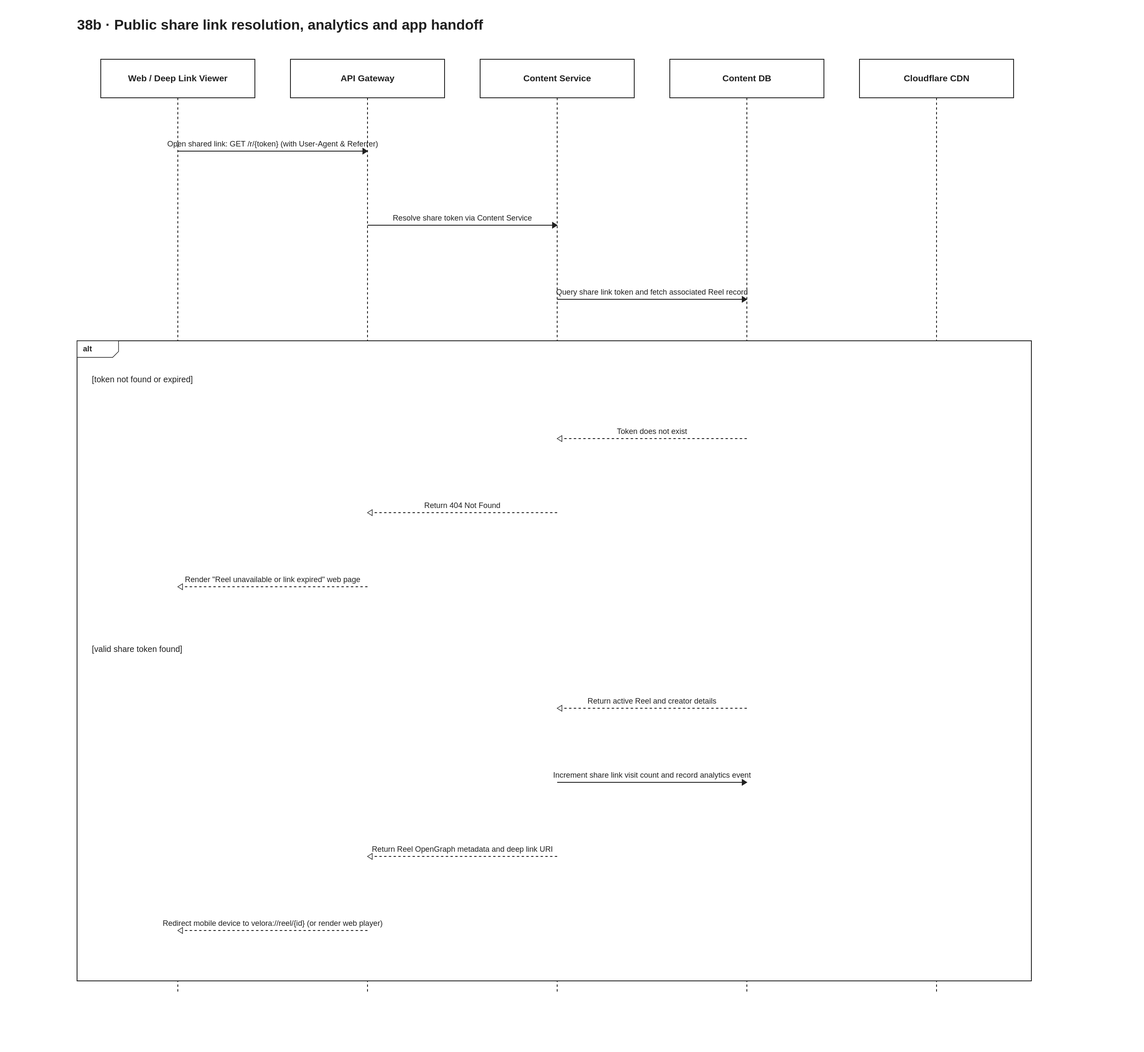
Before: docs/diagrams/velora-current/importable-svg/38b-share-link-resolution.drawio.svg, a diagram exported from draw.io (HieuCuteDangYeu/velora-backend). Source tidied: cells renumbered, new cells last; positions are measured from the earlier drawing's top-left corner, leaving out a move shared by most shapes.
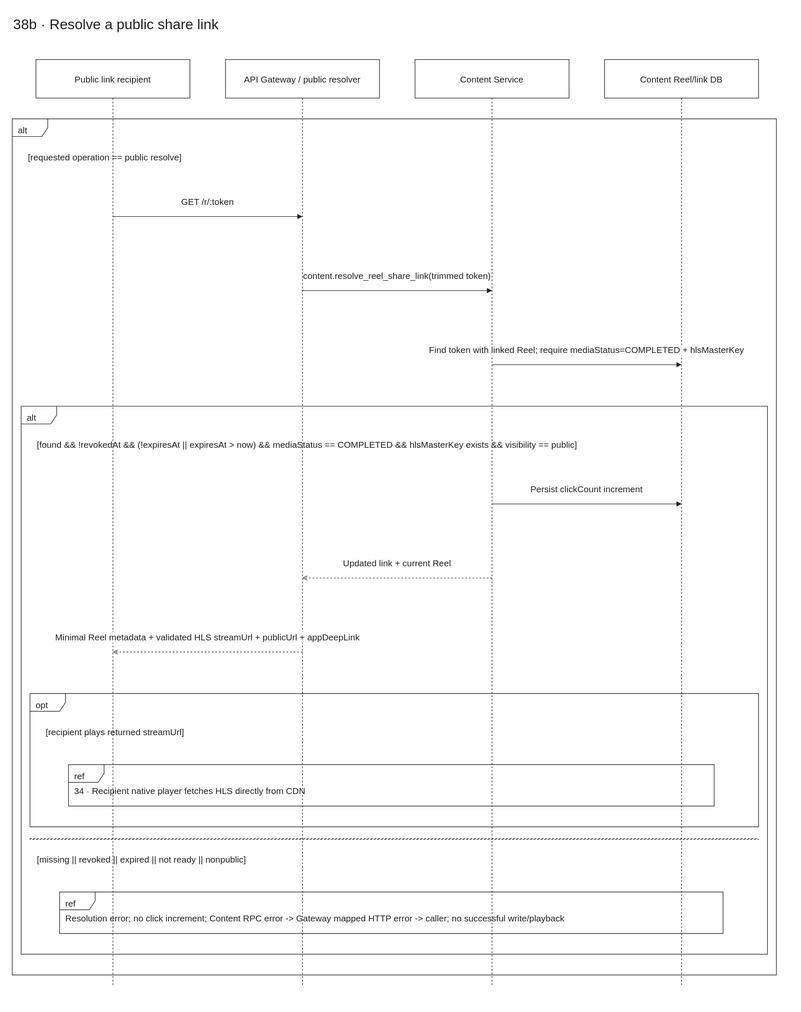
The same diagram one commit later.

The edit, as a diff of the source:
```diff
@@ -2,135 +2,122 @@
   <root>
     <mxCell id="0" />
     <mxCell id="1" parent="0" />
+    <mxCell id="27" style="html=1;fontFamily=Arial;fontSize=15;fontColor=light-dark(#202020,#eeeeee);strokeColor=light-dark(#202020,#eeeeee);dashed=1;endArrow=none;" parent="1" edge="1">
+      <mxGeometry relative="1" as="geometry">
+        <mxPoint x="1130" y="145" as="sourcePoint" />
+        <mxPoint x="1130" y="1645" as="targetPoint" />
+      </mxGeometry>
+    </mxCell>
+    <mxCell id="28" style="html=1;fontFamily=Arial;fontSize=15;fontColor=light-dark(#202020,#eeeeee);strokeColor=light-dark(#202020,#eeeeee);dashed=1;endArrow=none;" parent="1" edge="1">
+      <mxGeometry relative="1" as="geometry">
+        <mxPoint x="810" y="145" as="sourcePoint" />
+        <mxPoint x="810" y="1645" as="targetPoint" />
+      </mxGeometry>
+    </mxCell>
     <mxCell id="2" style="html=1;fontFamily=Arial;fontSize=15;fontColor=light-dark(#202020,#eeeeee);strokeColor=light-dark(#202020,#eeeeee);dashed=1;endArrow=none;" parent="1" edge="1">
       <mxGeometry relative="1" as="geometry">
-        <mxPoint x="1450" y="145" as="sourcePoint" />
-        <mxPoint x="1450" y="1655" as="targetPoint" />
+        <mxPoint x="490" y="145" as="sourcePoint" />
+        <mxPoint x="490" y="1645" as="targetPoint" />
       </mxGeometry>
     </mxCell>
     <mxCell id="3" style="html=1;fontFamily=Arial;fontSize=15;fontColor=light-dark(#202020,#eeeeee);strokeColor=light-dark(#202020,#eeeeee);dashed=1;endArrow=none;" parent="1" edge="1">
       <mxGeometry relative="1" as="geometry">
-        <mxPoint x="1130" y="145" as="sourcePoint" />
-        <mxPoint x="1130" y="1655" as="targetPoint" />
+        <mxPoint x="170" y="145" as="sourcePoint" />
+        <mxPoint x="170" y="1645" as="targetPoint" />
       </mxGeometry>
     </mxCell>
-    <mxCell id="4" style="html=1;fontFamily=Arial;fontSize=15;fontColor=light-dark(#202020,#eeeeee);strokeColor=light-dark(#202020,#eeeeee);dashed=1;endArrow=none;" parent="1" edge="1">
-      <mxGeometry relative="1" as="geometry">
-        <mxPoint x="810" y="145" as="sourcePoint" />
-        <mxPoint x="810" y="1655" as="targetPoint" />
-      </mxGeometry>
-    </mxCell>
-    <mxCell id="5" style="html=1;fontFamily=Arial;fontSize=15;fontColor=light-dark(#202020,#eeeeee);strokeColor=light-dark(#202020,#eeeeee);dashed=1;endArrow=none;" parent="1" edge="1">
-      <mxGeometry relative="1" as="geometry">
-        <mxPoint x="490" y="145" as="sourcePoint" />
-        <mxPoint x="490" y="1655" as="targetPoint" />
-      </mxGeometry>
-    </mxCell>
-    <mxCell id="6" style="html=1;fontFamily=Arial;fontSize=15;fontColor=light-dark(#202020,#eeeeee);strokeColor=light-dark(#202020,#eeeeee);dashed=1;endArrow=none;" parent="1" edge="1">
-      <mxGeometry relative="1" as="geometry">
-        <mxPoint x="170" y="145" as="sourcePoint" />
-        <mxPoint x="170" y="1655" as="targetPoint" />
-      </mxGeometry>
-    </mxCell>
-    <mxCell id="7" value="38b · Public share link resolution, analytics and app handoff" style="html=1;fontFamily=Arial;fontSize=15;fontColor=light-dark(#202020,#eeeeee);strokeColor=light-dark(#202020,#eeeeee);text;fontSize=24;align=left;strokeColor=none;fillColor=none;" parent="1" vertex="1">
-      <mxGeometry width="1610" height="50" as="geometry" />
+    <mxCell id="7" value="38b · Resolve a public share link" style="html=1;fontFamily=Arial;fontSize=15;fontColor=light-dark(#202020,#eeeeee);strokeColor=light-dark(#202020,#eeeeee);text;fontSize=24;align=left;strokeColor=none;fillColor=none;" parent="1" vertex="1">
+      <mxGeometry width="1290" height="50" as="geometry" />
     </mxCell>
-    <mxCell id="8" value="Web / Deep Link Viewer" style="html=1;fontFamily=Arial;fontSize=15;fontColor=light-dark(#202020,#eeeeee);strokeColor=light-dark(#202020,#eeeeee);rounded=0;fillColor=#ffffff;whiteSpace=wrap;align=center;verticalAlign=middle;" parent="1" vertex="1">
+    <mxCell id="8" value="Public link recipient" style="html=1;fontFamily=Arial;fontSize=15;fontColor=light-dark(#202020,#eeeeee);strokeColor=light-dark(#202020,#eeeeee);rounded=0;fillColor=#ffffff;whiteSpace=wrap;align=center;verticalAlign=middle;" parent="1" vertex="1">
       <mxGeometry x="40" y="80" width="260" height="65" as="geometry" />
     </mxCell>
-    <mxCell id="9" value="API Gateway" style="html=1;fontFamily=Arial;fontSize=15;fontColor=light-dark(#202020,#eeeeee);strokeColor=light-dark(#202020,#eeeeee);rounded=0;fillColor=#ffffff;whiteSpace=wrap;align=center;verticalAlign=middle;" parent="1" vertex="1">
+    <mxCell id="9" value="API Gateway / public resolver" style="html=1;fontFamily=Arial;fontSize=15;fontColor=light-dark(#202020,#eeeeee);strokeColor=light-dark(#202020,#eeeeee);rounded=0;fillColor=#ffffff;whiteSpace=wrap;align=center;verticalAlign=middle;" parent="1" vertex="1">
       <mxGeometry x="360" y="80" width="260" height="65" as="geometry" />
     </mxCell>
     <mxCell id="10" value="Content Service" style="html=1;fontFamily=Arial;fontSize=15;fontColor=light-dark(#202020,#eeeeee);strokeColor=light-dark(#202020,#eeeeee);rounded=0;fillColor=#ffffff;whiteSpace=wrap;align=center;verticalAlign=middle;" parent="1" vertex="1">
       <mxGeometry x="680" y="80" width="260" height="65" as="geometry" />
     </mxCell>
-    <mxCell id="11" value="Content DB" style="html=1;fontFamily=Arial;fontSize=15;fontColor=light-dark(#202020,#eeeeee);strokeColor=light-dark(#202020,#eeeeee);rounded=0;fillColor=#ffffff;whiteSpace=wrap;align=center;verticalAlign=middle;" parent="1" vertex="1">
+    <mxCell id="11" value="Content Reel/link DB" style="html=1;fontFamily=Arial;fontSize=15;fontColor=light-dark(#202020,#eeeeee);strokeColor=light-dark(#202020,#eeeeee);rounded=0;fillColor=#ffffff;whiteSpace=wrap;align=center;verticalAlign=middle;" parent="1" vertex="1">
       <mxGeometry x="1000" y="80" width="260" height="65" as="geometry" />
     </mxCell>
-    <mxCell id="12" value="Cloudflare CDN" style="html=1;fontFamily=Arial;fontSize=15;fontColor=light-dark(#202020,#eeeeee);strokeColor=light-dark(#202020,#eeeeee);rounded=0;fillColor=#ffffff;whiteSpace=wrap;align=center;verticalAlign=middle;" parent="1" vertex="1">
-      <mxGeometry x="1320" y="80" width="260" height="65" as="geometry" />
+    <mxCell id="12" value="alt" style="html=1;fontFamily=Arial;fontSize=15;fontColor=light-dark(#202020,#eeeeee);strokeColor=light-dark(#202020,#eeeeee);shape=umlFrame;fillColor=none;align=left;verticalAlign=top;spacingLeft=8;spacingTop=4;" parent="1" vertex="1">
+      <mxGeometry y="180" width="1290" height="1445" as="geometry" />
     </mxCell>
-    <mxCell id="13" value="Open shared link: GET /r/{token} (with User-Agent &amp;amp; Referrer)" style="html=1;fontFamily=Arial;fontSize=15;fontColor=light-dark(#202020,#eeeeee);strokeColor=light-dark(#202020,#eeeeee);endArrow=block;endFill=1;labelBackgroundColor=#ffffff;labelWidth=550;whiteSpace=wrap;align=center;" parent="1" edge="1">
-      <mxGeometry relative="1" as="geometry">
-        <mxPoint x="170" y="235" as="sourcePoint" />
-        <mxPoint x="490" y="235" as="targetPoint" />
-        <mxPoint y="-25" as="offset" />
-      </mxGeometry>
+    <mxCell id="13" value="[requested operation == public resolve]" style="html=1;fontFamily=Arial;fontSize=15;fontColor=light-dark(#202020,#eeeeee);strokeColor=light-dark(#202020,#eeeeee);text;whiteSpace=wrap;align=left;strokeColor=none;fillColor=none;" parent="1" vertex="1">
+      <mxGeometry x="25" y="230" width="1230" height="45" as="geometry" />
     </mxCell>
-    <mxCell id="14" value="Resolve share token via Content Service" style="html=1;fontFamily=Arial;fontSize=15;fontColor=light-dark(#202020,#eeeeee);strokeColor=light-dark(#202020,#eeeeee);endArrow=block;endFill=1;labelBackgroundColor=#ffffff;labelWidth=550;whiteSpace=wrap;align=center;" parent="1" edge="1">
+    <mxCell id="14" value="GET /r/:token" style="html=1;fontFamily=Arial;fontSize=15;fontColor=light-dark(#202020,#eeeeee);strokeColor=light-dark(#202020,#eeeeee);endArrow=block;endFill=1;labelBackgroundColor=#ffffff;labelWidth=550;whiteSpace=wrap;align=center;" parent="1" edge="1">
       <mxGeometry relative="1" as="geometry">
-        <mxPoint x="490" y="360" as="sourcePoint" />
-        <mxPoint x="810" y="360" as="targetPoint" />
+        <mxPoint x="170" y="345" as="sourcePoint" />
+        <mxPoint x="490" y="345" as="targetPoint" />
         <mxPoint y="-25" as="offset" />
       </mxGeometry>
     </mxCell>
-    <mxCell id="15" value="Query share link token and fetch associated Reel record" style="html=1;fontFamily=Arial;fontSize=15;fontColor=light-dark(#202020,#eeeeee);strokeColor=light-dark(#202020,#eeeeee);endArrow=block;endFill=1;labelBackgroundColor=#ffffff;labelWidth=550;whiteSpace=wrap;align=center;" parent="1" edge="1">
+    <mxCell id="15" value="content.resolve_reel_share_link(trimmed token)" style="html=1;fontFamily=Arial;fontSize=15;fontColor=light-dark(#202020,#eeeeee);strokeColor=light-dark(#202020,#eeeeee);endArrow=block;endFill=1;labelBackgroundColor=#ffffff;labelWidth=550;whiteSpace=wrap;align=center;" parent="1" edge="1">
       <mxGeometry relative="1" as="geometry">
-        <mxPoint x="810" y="485" as="sourcePoint" />
-        <mxPoint x="1130" y="485" as="targetPoint" />
+        <mxPoint x="490" y="470" as="sourcePoint" />
+        <mxPoint x="810" y="470" as="targetPoint" />
         <mxPoint y="-25" as="offset" />
       </mxGeometry>
     </mxCell>
-    <mxCell id="16" value="alt" style="html=1;fontFamily=Arial;fontSize=15;fontColor=light-dark(#202020,#eeeeee);strokeColor=light-dark(#202020,#eeeeee);shape=umlFrame;fillColor=none;align=left;verticalAlign=top;spacingLeft=8;spacingTop=4;" parent="1" vertex="1">
-      <mxGeometry y="555" width="1610" height="1080" as="geometry" />
+    <mxCell id="16" value="Find token with linked Reel; require mediaStatus=COMPLETED + hlsMasterKey" style="html=1;fontFamily=Arial;fontSize=15;fontColor=light-dark(#202020,#eeeeee);strokeColor=light-dark(#202020,#eeeeee);endArrow=block;endFill=1;labelBackgroundColor=#ffffff;labelWidth=550;whiteSpace=wrap;align=center;" parent="1" edge="1">
+      <mxGeometry relative="1" as="geometry">
+        <mxPoint x="810" y="595" as="sourcePoint" />
+        <mxPoint x="1130" y="595" as="targetPoint" />
+        <mxPoint y="-25" as="offset" />
+      </mxGeometry>
     </mxCell>
-    <mxCell id="17" value="[token not found or expired]" style="html=1;fontFamily=Arial;fontSize=15;fontColor=light-dark(#202020,#eeeeee);strokeColor=light-dark(#202020,#eeeeee);text;whiteSpace=wrap;align=left;strokeColor=none;fillColor=none;" parent="1" vertex="1">
-      <mxGeometry x="25" y="605" width="1550" height="45" as="geometry" />
+    <mxCell id="17" value="alt" style="html=1;fontFamily=Arial;fontSize=15;fontColor=light-dark(#202020,#eeeeee);strokeColor=light-dark(#202020,#eeeeee);shape=umlFrame;fillColor=none;align=left;verticalAlign=top;spacingLeft=8;spacingTop=4;" parent="1" vertex="1">
+      <mxGeometry x="15" y="665" width="1260" height="925" as="geometry" />
     </mxCell>
-    <mxCell id="18" value="Token does not exist" style="html=1;fontFamily=Arial;fontSize=15;fontColor=light-dark(#202020,#eeeeee);strokeColor=light-dark(#202020,#eeeeee);endArrow=open;dashed=1;labelBackgroundColor=#ffffff;labelWidth=550;whiteSpace=wrap;align=center;" parent="1" edge="1">
-      <mxGeometry relative="1" as="geometry">
-        <mxPoint x="1130" y="720" as="sourcePoint" />
-        <mxPoint x="810" y="720" as="targetPoint" />
-        <mxPoint y="-25" as="offset" />
-      </mxGeometry>
+    <mxCell id="18" value="[found &amp;amp;&amp;amp; !revokedAt &amp;amp;&amp;amp; (!expiresAt || expiresAt &amp;gt; now) &amp;amp;&amp;amp; mediaStatus == COMPLETED &amp;amp;&amp;amp; hlsMasterKey exists &amp;amp;&amp;amp; visibility == public]" style="html=1;fontFamily=Arial;fontSize=15;fontColor=light-dark(#202020,#eeeeee);strokeColor=light-dark(#202020,#eeeeee);text;whiteSpace=wrap;align=left;strokeColor=none;fillColor=none;" parent="1" vertex="1">
+      <mxGeometry x="40" y="715" width="1200" height="45" as="geometry" />
     </mxCell>
-    <mxCell id="19" value="Return 404 Not Found" style="html=1;fontFamily=Arial;fontSize=15;fontColor=light-dark(#202020,#eeeeee);strokeColor=light-dark(#202020,#eeeeee);endArrow=open;dashed=1;labelBackgroundColor=#ffffff;labelWidth=550;whiteSpace=wrap;align=center;" parent="1" edge="1">
+    <mxCell id="19" value="Persist clickCount increment" style="html=1;fontFamily=Arial;fontSize=15;fontColor=light-dark(#202020,#eeeeee);strokeColor=light-dark(#202020,#eeeeee);endArrow=block;endFill=1;labelBackgroundColor=#ffffff;labelWidth=550;whiteSpace=wrap;align=center;" parent="1" edge="1">
       <mxGeometry relative="1" as="geometry">
-        <mxPoint x="810" y="845" as="sourcePoint" />
-        <mxPoint x="490" y="845" as="targetPoint" />
+        <mxPoint x="810" y="830" as="sourcePoint" />
+        <mxPoint x="1130" y="830" as="targetPoint" />
         <mxPoint y="-25" as="offset" />
       </mxGeometry>
     </mxCell>
-    <mxCell id="20" value="Render &amp;quot;Reel unavailable or link expired&amp;quot; web page" style="html=1;fontFamily=Arial;fontSize=15;fontColor=light-dark(#202020,#eeeeee);strokeColor=light-dark(#202020,#eeeeee);endArrow=open;dashed=1;labelBackgroundColor=#ffffff;labelWidth=550;whiteSpace=wrap;align=center;" parent="1" edge="1">
+    <mxCell id="20" value="Updated link + current Reel" style="html=1;fontFamily=Arial;fontSize=15;fontColor=light-dark(#202020,#eeeeee);strokeColor=light-dark(#202020,#eeeeee);endArrow=open;dashed=1;labelBackgroundColor=#ffffff;labelWidth=550;whiteSpace=wrap;align=center;" parent="1" edge="1">
       <mxGeometry relative="1" as="geometry">
-        <mxPoint x="490" y="970" as="sourcePoint" />
-        <mxPoint x="170" y="970" as="targetPoint" />
+        <mxPoint x="810" y="955" as="sourcePoint" />
+        <mxPoint x="490" y="955" as="targetPoint" />
         <mxPoint y="-25" as="offset" />
       </mxGeometry>
     </mxCell>
-    <mxCell id="21" style="html=1;fontFamily=Arial;fontSize=15;fontColor=light-dark(#202020,#eeeeee);strokeColor=light-dark(#202020,#eeeeee);fillColor=none;dashed=1;" parent="1" vertex="1">
-      <mxGeometry x="15" y="1040" width="1580" height="1" as="geometry" />
+    <mxCell id="21" value="Minimal Reel metadata + validated HLS streamUrl + publicUrl + appDeepLink" style="html=1;fontFamily=Arial;fontSize=15;fontColor=light-dark(#202020,#eeeeee);strokeColor=light-dark(#202020,#eeeeee);endArrow=open;dashed=1;labelBackgroundColor=#ffffff;labelWidth=550;whiteSpace=wrap;align=center;" parent="1" edge="1">
+      <mxGeometry relative="1" as="geometry">
+        <mxPoint x="490" y="1080" as="sourcePoint" />
+        <mxPoint x="170" y="1080" as="targetPoint" />
+        <mxPoint y="-25" as="offset" />
+      </mxGeometry>
     </mxCell>
-    <mxCell id="22" value="[valid share token found]" style="html=1;fontFamily=Arial;fontSize=15;fontColor=light-dark(#202020,#eeeeee);strokeColor=light-dark(#202020,#eeeeee);text;whiteSpace=wrap;align=left;strokeColor=none;fillColor=none;" parent="1" vertex="1">
-      <mxGeometry x="25" y="1060" width="1550" height="45" as="geometry" />
+    <mxCell id="22" value="opt" style="html=1;fontFamily=Arial;fontSize=15;fontColor=light-dark(#202020,#eeeeee);strokeColor=light-dark(#202020,#eeeeee);shape=umlFrame;fillColor=none;align=left;verticalAlign=top;spacingLeft=8;spacingTop=4;" parent="1" vertex="1">
+      <mxGeometry x="30" y="1150" width="1230" height="225" as="geometry" />
     </mxCell>
-    <mxCell id="23" value="Return active Reel and creator details" style="html=1;fontFamily=Arial;fontSize=15;fontColor=light-dark(#202020,#eeeeee);strokeColor=light-dark(#202020,#eeeeee);endArrow=open;dashed=1;labelBackgroundColor=#ffffff;labelWidth=550;whiteSpace=wrap;align=center;" parent="1" edge="1">
-      <mxGeometry relative="1" as="geometry">
-        <mxPoint x="1130" y="1175" as="sourcePoint" />
-        <mxPoint x="810" y="1175" as="targetPoint" />
-        <mxPoint y="-25" as="offset" />
-      </mxGeometry>
+    <mxCell id="23" value="[recipient plays returned streamUrl]" style="html=1;fontFamily=Arial;fontSize=15;fontColor=light-dark(#202020,#eeeeee);strokeColor=light-dark(#202020,#eeeeee);text;whiteSpace=wrap;align=left;strokeColor=none;fillColor=none;" parent="1" vertex="1">
+      <mxGeometry x="55" y="1200" width="1170" height="45" as="geometry" />
     </mxCell>
-    <mxCell id="24" value="Increment share link visit count and record analytics event" style="html=1;fontFamily=Arial;fontSize=15;fontColor=light-dark(#202020,#eeeeee);strokeColor=light-dark(#202020,#eeeeee);endArrow=block;endFill=1;labelBackgroundColor=#ffffff;labelWidth=550;whiteSpace=wrap;align=center;" parent="1" edge="1">
-      <mxGeometry relative="1" as="geometry">
-        <mxPoint x="810" y="1300" as="sourcePoint" />
-        <mxPoint x="1130" y="1300" as="targetPoint" />
-        <mxPoint y="-25" as="offset" />
-      </mxGeometry>
+    <mxCell id="24" value="ref" style="html=1;fontFamily=Arial;fontSize=15;fontColor=light-dark(#202020,#eeeeee);strokeColor=light-dark(#202020,#eeeeee);shape=umlFrame;fillColor=light-dark(#ffffff,#181818);align=left;verticalAlign=top;spacingLeft=8;spacingTop=4;" parent="1" vertex="1">
+      <mxGeometry x="95" y="1270" width="1090" height="70" as="geometry" />
     </mxCell>
-    <mxCell id="25" value="Return Reel OpenGraph metadata and deep link URI" style="html=1;fontFamily=Arial;fontSize=15;fontColor=light-dark(#202020,#eeeeee);strokeColor=light-dark(#202020,#eeeeee);endArrow=open;dashed=1;labelBackgroundColor=#ffffff;labelWidth=550;whiteSpace=wrap;align=center;" parent="1" edge="1">
-      <mxGeometry relative="1" as="geometry">
-        <mxPoint x="810" y="1425" as="sourcePoint" />
-        <mxPoint x="490" y="1425" as="targetPoint" />
-        <mxPoint y="-25" as="offset" />
-      </mxGeometry>
+    <mxCell id="25" value="34 · Recipient native player fetches HLS directly from CDN" style="html=1;fontFamily=Arial;fontSize=15;fontColor=light-dark(#202020,#eeeeee);strokeColor=light-dark(#202020,#eeeeee);text;whiteSpace=wrap;align=left;verticalAlign=middle;strokeColor=none;fillColor=none;" parent="1" vertex="1">
+      <mxGeometry x="103" y="1292" width="1070" height="44" as="geometry" />
     </mxCell>
-    <mxCell id="26" value="Redirect mobile device to velora://reel/{id} (or render web player)" style="html=1;fontFamily=Arial;fontSize=15;fontColor=light-dark(#202020,#eeeeee);strokeColor=light-dark(#202020,#eeeeee);endArrow=open;dashed=1;labelBackgroundColor=#ffffff;labelWidth=550;whiteSpace=wrap;align=center;" parent="1" edge="1">
-      <mxGeometry relative="1" as="geometry">
-        <mxPoint x="490" y="1550" as="sourcePoint" />
-        <mxPoint x="170" y="1550" as="targetPoint" />
-        <mxPoint y="-25" as="offset" />
-      </mxGeometry>
+    <mxCell id="26" style="html=1;fontFamily=Arial;fontSize=15;fontColor=light-dark(#202020,#eeeeee);strokeColor=light-dark(#202020,#eeeeee);fillColor=none;dashed=1;" parent="1" vertex="1">
+      <mxGeometry x="30" y="1395" width="1230" height="1" as="geometry" />
     </mxCell>
+    <mxCell id="29" value="[missing || revoked || expired || not ready || nonpublic]" style="html=1;fontFamily=Arial;fontSize=15;fontColor=light-dark(#202020,#eeeeee);strokeColor=light-dark(#202020,#eeeeee);text;whiteSpace=wrap;align=left;strokeColor=none;fillColor=none;" parent="1" vertex="1">
+      <mxGeometry x="40" y="1415" width="1200" height="45" as="geometry" />
+    </mxCell>
+    <mxCell id="30" value="ref" style="html=1;fontFamily=Arial;fontSize=15;fontColor=light-dark(#202020,#eeeeee);strokeColor=light-dark(#202020,#eeeeee);shape=umlFrame;fillColor=light-dark(#ffffff,#181818);align=left;verticalAlign=top;spacingLeft=8;spacingTop=4;" parent="1" vertex="1">
+      <mxGeometry x="80" y="1485" width="1120" height="70" as="geometry" />
+    </mxCell>
+    <mxCell id="31" value="Resolution error; no click increment; Content RPC error -&amp;gt; Gateway mapped HTTP error -&amp;gt; caller; no successful write/playback" style="html=1;fontFamily=Arial;fontSize=15;fontColor=light-dark(#202020,#eeeeee);strokeColor=light-dark(#202020,#eeeeee);text;whiteSpace=wrap;align=left;verticalAlign=middle;strokeColor=none;fillColor=none;" parent="1" vertex="1">
+      <mxGeometry x="88" y="1507" width="1100" height="44" as="geometry" />
+    </mxCell>
   </root>
 </mxGraphModel>
```
